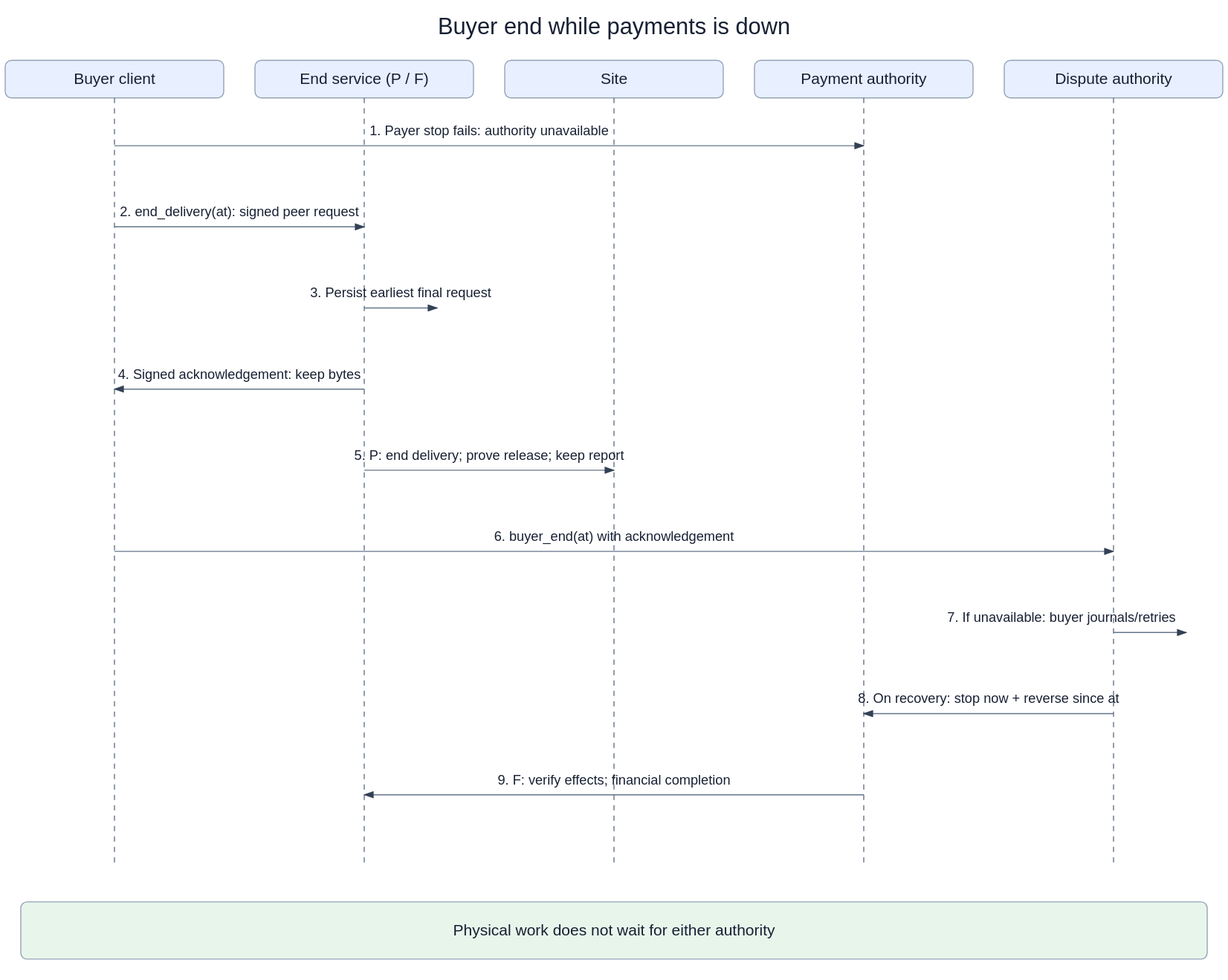
Before: openspec/changes/converge-ongoing-compute-leases/diagrams/01-buyer-cancel-payments-down.svg, a diagram exported from draw.io (arkhai-io/simple-compute-market). Source tidied: cells renumbered, new cells last; positions are measured from the earlier drawing's top-left corner, leaving out a move shared by most shapes.
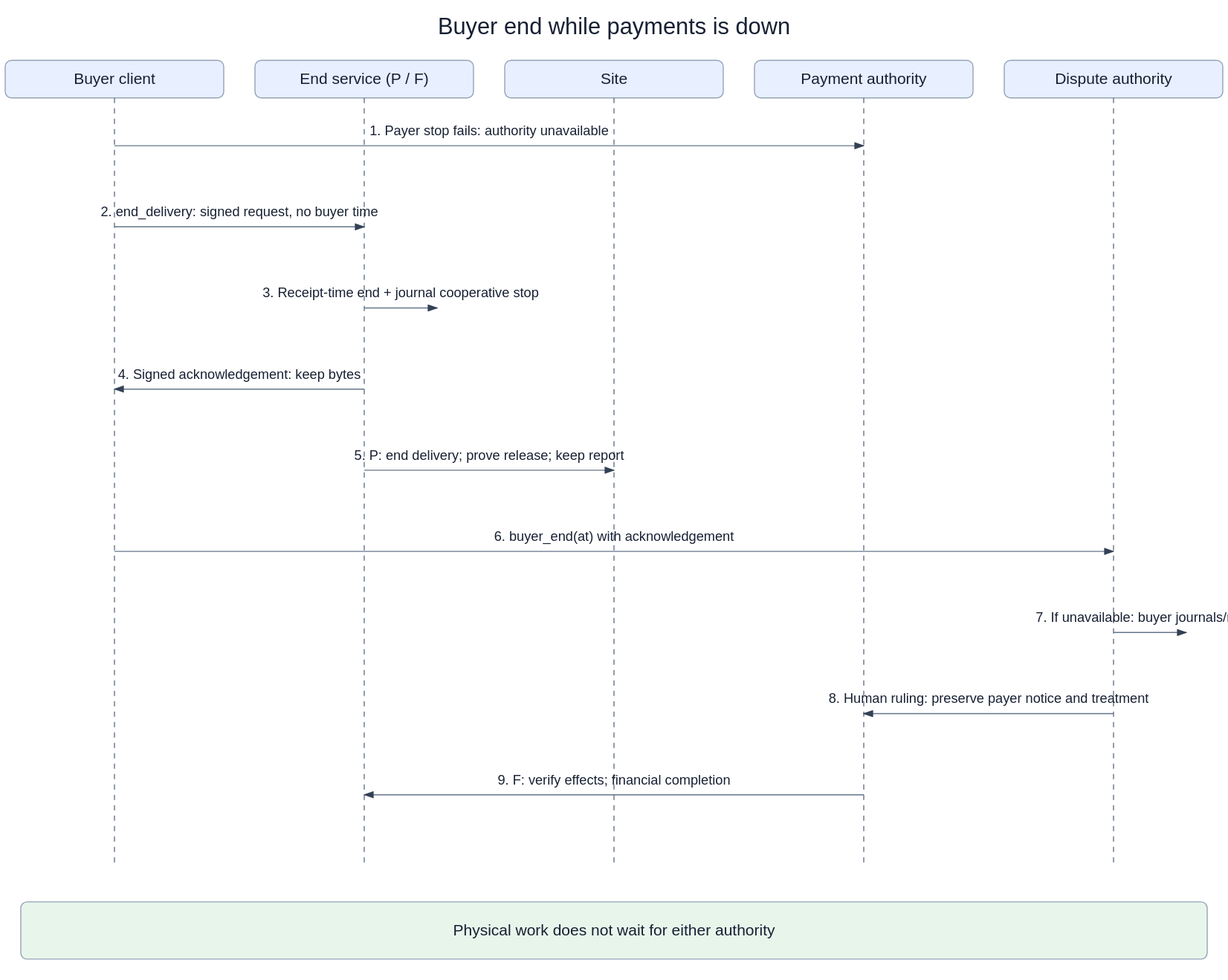
The same file after the commit.

What changed in the source:
```diff
@@ -56,13 +56,13 @@
         <mxPoint x="825" y="130" as="targetPoint" />
       </mxGeometry>
     </mxCell>
-    <mxCell id="14" value="2. end_delivery(at): signed peer request" style="endArrow=block;fontSize=13;labelBackgroundColor=#ffffff;" parent="1" edge="1">
+    <mxCell id="14" value="2. end_delivery: signed request, no buyer time" style="endArrow=block;fontSize=13;labelBackgroundColor=#ffffff;" parent="1" edge="1">
       <mxGeometry relative="1" as="geometry">
         <mxPoint x="105" y="208" as="sourcePoint" />
         <mxPoint x="345" y="208" as="targetPoint" />
       </mxGeometry>
     </mxCell>
-    <mxCell id="15" value="3. Persist earliest final request" style="endArrow=block;fontSize=13;labelBackgroundColor=#ffffff;" parent="1" edge="1">
+    <mxCell id="15" value="3. Receipt-time end + journal cooperative stop" style="endArrow=block;fontSize=13;labelBackgroundColor=#ffffff;" parent="1" edge="1">
       <mxGeometry relative="1" as="geometry">
         <mxPoint x="345" y="286" as="sourcePoint" />
         <mxPoint x="415" y="286" as="targetPoint" />
@@ -92,7 +92,7 @@
         <mxPoint x="1135" y="598" as="targetPoint" />
       </mxGeometry>
     </mxCell>
-    <mxCell id="20" value="8. On recovery: stop now + reverse since at" style="endArrow=block;fontSize=13;labelBackgroundColor=#ffffff;" parent="1" edge="1">
+    <mxCell id="20" value="8. Human ruling: preserve payer notice and treatment" style="endArrow=block;fontSize=13;labelBackgroundColor=#ffffff;" parent="1" edge="1">
       <mxGeometry relative="1" as="geometry">
         <mxPoint x="1065" y="676" as="sourcePoint" />
         <mxPoint x="825" y="676" as="targetPoint" />
```
